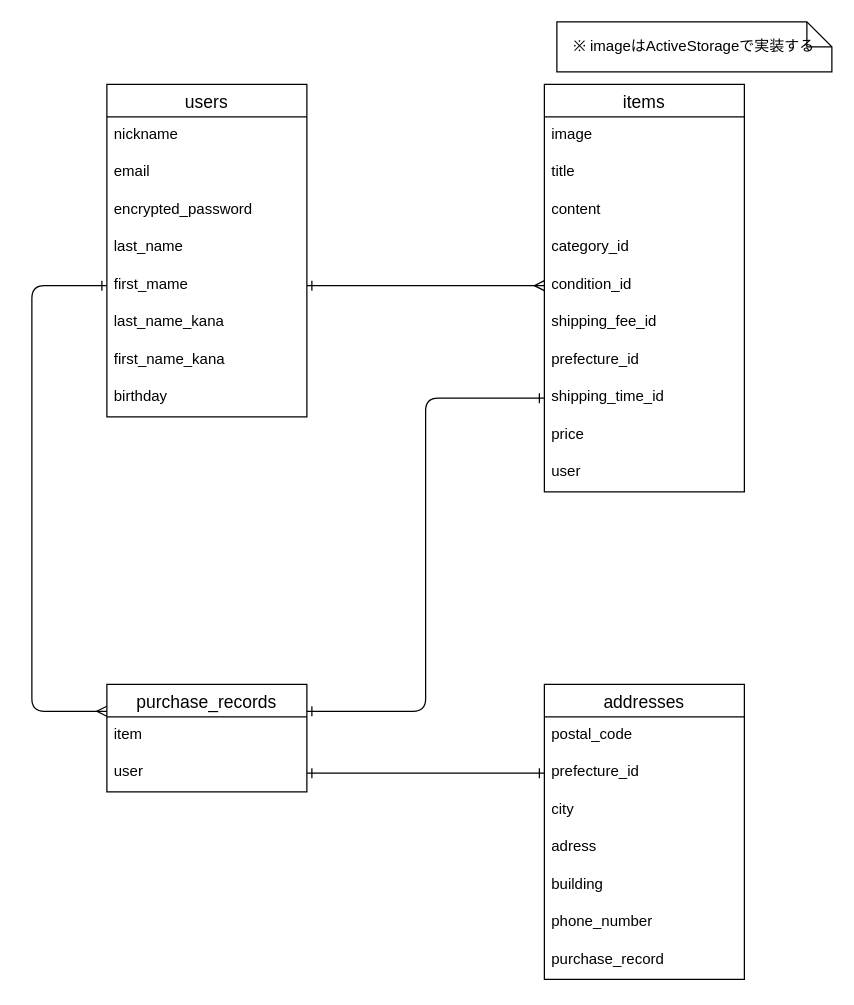
The draw.io diagram er.dio in Matsuo556/furima-37476, before the edit. Source tidied: cells renumbered, new cells numbered last; positions are measured from the earlier drawing's top-left corner, leaving out a move shared by most shapes. Both pictures are drawn from the tidied source at 125%, with x=0, y=0 at pixel (31, 21).
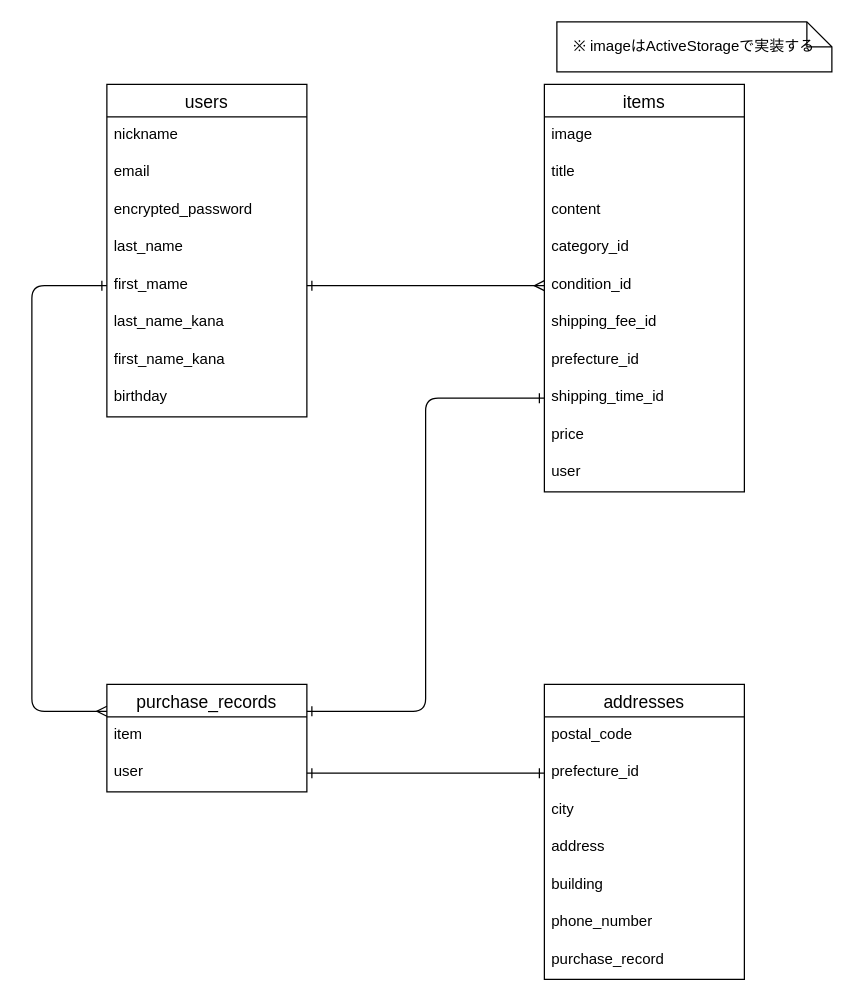
After the change.

Unchanged cells that the change refers to:
```xml
<mxCell id="25" value="addresses" style="swimlane;fontStyle=0;horizontal=1;startSize=26;align=center;fontSize=14;" parent="1" vertex="1">
  <mxGeometry x="410" y="530" width="160" height="236" as="geometry" />
</mxCell>
```

Diff of the diagram source:
```diff
@@
-    <mxCell id="29" value="adress" style="text;strokeColor=none;fillColor=none;spacingLeft=4;spacingRight=4;overflow=hidden;fontSize=12;" parent="25" vertex="1">
+    <mxCell id="29" value="address" style="text;strokeColor=none;fillColor=none;spacingLeft=4;spacingRight=4;overflow=hidden;fontSize=12;" parent="25" vertex="1">
       <mxGeometry y="116" width="160" height="30" as="geometry" />
     </mxCell>
```
